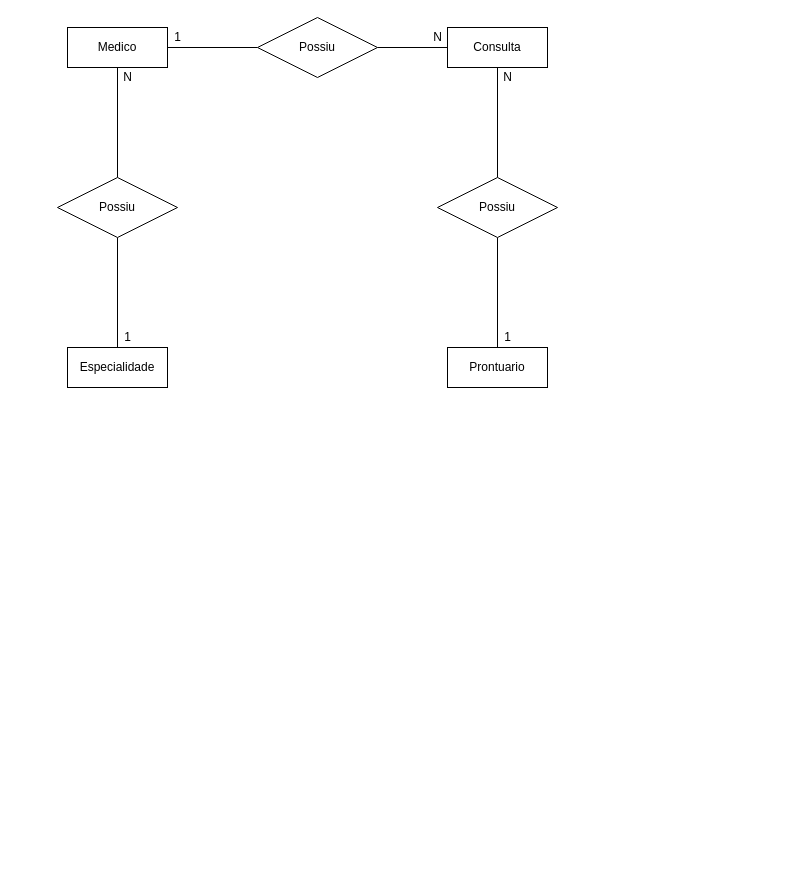
Earlier version of the draw.io diagram page "Page-1" (1 of 2) of Spint_1-BancoDeDados/senai_spmedgroup/01_modelagem_conceitual-logico.drawio (Meuniki/Senai-Dev). Source tidied: cells renumbered, new cells numbered last; positions are measured from the earlier drawing's top-left corner, leaving out a move shared by most shapes. Both pictures are drawn from the tidied source at 100%, with x=0, y=0 at pixel (57, 17).
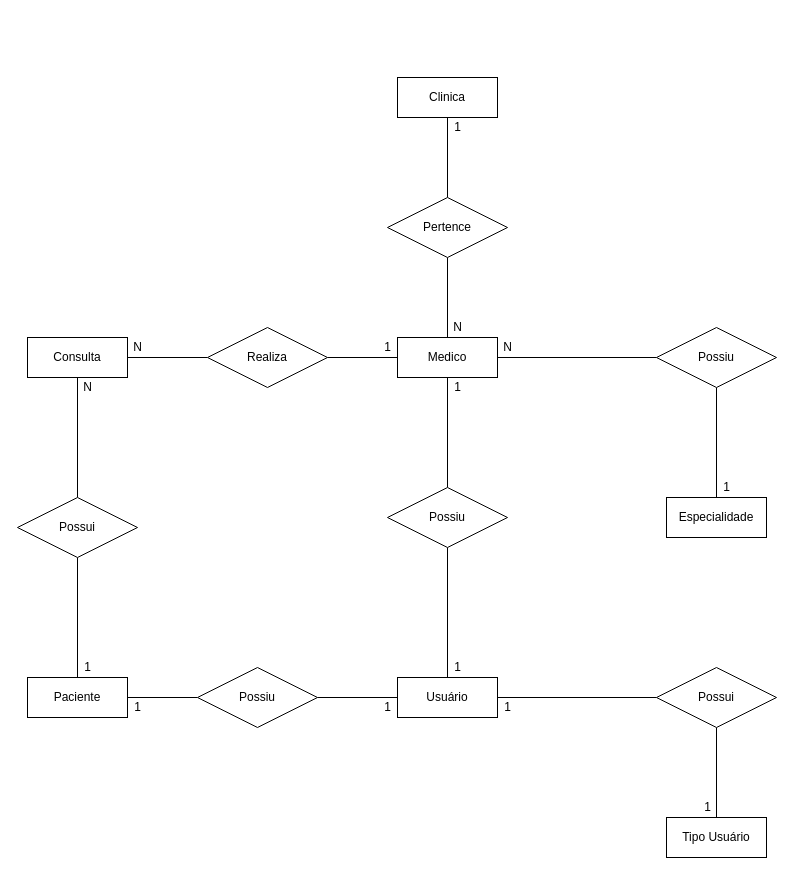
After the change.

Diff of the diagram source:
```diff
@@
-    <mxCell id="2" style="edgeStyle=orthogonalEdgeStyle;rounded=0;jettySize=auto;html=1;exitX=1;exitY=0.5;exitDx=0;exitDy=0;endArrow=none;endFill=0;" parent="1" edge="1" source="4" target="11">
-      <mxGeometry relative="1" as="geometry" />
-    </mxCell>
-    <mxCell id="3" style="edgeStyle=orthogonalEdgeStyle;rounded=0;jettySize=auto;html=1;exitX=0.5;exitY=1;exitDx=0;exitDy=0;endArrow=none;endFill=0;" parent="1" edge="1" source="4" target="14">
-      <mxGeometry relative="1" as="geometry" />
-    </mxCell>
+    <mxCell id="21" style="edgeStyle=orthogonalEdgeStyle;rounded=0;jettySize=auto;html=1;exitX=1;exitY=0.5;exitDx=0;exitDy=0;endArrow=none;endFill=0;" parent="1" edge="1" source="4" target="29">
+      <mxGeometry relative="1" as="geometry" />
+    </mxCell>
     <mxCell id="4" value="Medico" style="whiteSpace=wrap;html=1;align=center;" parent="1" vertex="1">
-      <mxGeometry x="10" y="10" width="100" height="40" as="geometry" />
+      <mxGeometry x="340" y="320" width="100" height="40" as="geometry" />
     </mxCell>
-    <mxCell id="5" style="edgeStyle=orthogonalEdgeStyle;rounded=0;jettySize=auto;html=1;endArrow=none;endFill=0;" parent="1" edge="1" source="6" target="12">
-      <mxGeometry relative="1" as="geometry" />
-    </mxCell>
-    <mxCell id="6" value="Prontuario" style="whiteSpace=wrap;html=1;align=center;" parent="1" vertex="1">
-      <mxGeometry x="390" y="330" width="100" height="40" as="geometry" />
-    </mxCell>
-    <mxCell id="7" style="edgeStyle=orthogonalEdgeStyle;rounded=0;jettySize=auto;html=1;exitX=0.5;exitY=1;exitDx=0;exitDy=0;endArrow=none;endFill=0;" parent="1" edge="1" source="8" target="12">
-      <mxGeometry relative="1" as="geometry" />
-    </mxCell>
+    <mxCell id="22" style="edgeStyle=orthogonalEdgeStyle;rounded=0;jettySize=auto;html=1;exitX=1;exitY=0.5;exitDx=0;exitDy=0;entryX=0;entryY=0.5;entryDx=0;entryDy=0;endArrow=none;endFill=0;" parent="1" edge="1" source="8" target="24">
+      <mxGeometry relative="1" as="geometry" />
+    </mxCell>
     <mxCell id="8" value="Consulta" style="whiteSpace=wrap;html=1;align=center;" parent="1" vertex="1">
-      <mxGeometry x="390" y="10" width="100" height="40" as="geometry" />
+      <mxGeometry x="-30" y="320" width="100" height="40" as="geometry" />
     </mxCell>
     <mxCell id="9" value="Especialidade" style="whiteSpace=wrap;html=1;align=center;" parent="1" vertex="1">
-      <mxGeometry x="10" y="330" width="100" height="40" as="geometry" />
+      <mxGeometry x="609" y="480" width="100" height="40" as="geometry" />
     </mxCell>
-    <mxCell id="10" style="edgeStyle=orthogonalEdgeStyle;rounded=0;jettySize=auto;html=1;exitX=1;exitY=0.5;exitDx=0;exitDy=0;endArrow=none;endFill=0;" parent="1" edge="1" source="11" target="8">
-      <mxGeometry relative="1" as="geometry" />
-    </mxCell>
-    <mxCell id="11" value="Possiu" style="shape=rhombus;perimeter=rhombusPerimeter;whiteSpace=wrap;html=1;align=center;" parent="1" vertex="1">
-      <mxGeometry x="200" width="120" height="60" as="geometry" />
-    </mxCell>
-    <mxCell id="12" value="Possiu" style="shape=rhombus;perimeter=rhombusPerimeter;whiteSpace=wrap;html=1;align=center;" parent="1" vertex="1">
-      <mxGeometry x="380" y="160" width="120" height="60" as="geometry" />
-    </mxCell>
-    <mxCell id="13" style="edgeStyle=orthogonalEdgeStyle;rounded=0;jettySize=auto;html=1;exitX=0.5;exitY=1;exitDx=0;exitDy=0;endArrow=none;endFill=0;" parent="1" edge="1" source="14" target="9">
-      <mxGeometry relative="1" as="geometry" />
-    </mxCell>
-    <mxCell id="14" value="Possiu" style="shape=rhombus;perimeter=rhombusPerimeter;whiteSpace=wrap;html=1;align=center;" parent="1" vertex="1">
-      <mxGeometry y="160" width="120" height="60" as="geometry" />
-    </mxCell>
-    <mxCell id="15" value="1" style="text;html=1;align=center;verticalAlign=middle;strokeColor=none;" parent="1" vertex="1">
-      <mxGeometry x="60" y="310" width="20" height="20" as="geometry" />
-    </mxCell>
-    <mxCell id="16" value="N" style="text;html=1;align=center;verticalAlign=middle;strokeColor=none;" parent="1" vertex="1">
-      <mxGeometry x="60" y="50" width="20" height="20" as="geometry" />
-    </mxCell>
-    <mxCell id="17" value="N" style="text;html=1;align=center;verticalAlign=middle;strokeColor=none;" parent="1" vertex="1">
-      <mxGeometry x="440" y="50" width="20" height="20" as="geometry" />
-    </mxCell>
-    <mxCell id="18" value="1" style="text;html=1;align=center;verticalAlign=middle;strokeColor=none;" parent="1" vertex="1">
-      <mxGeometry x="110" y="10" width="20" height="20" as="geometry" />
-    </mxCell>
-    <mxCell id="19" value="N" style="text;html=1;align=center;verticalAlign=middle;strokeColor=none;" parent="1" vertex="1">
-      <mxGeometry x="370" y="10" width="20" height="20" as="geometry" />
-    </mxCell>
-    <mxCell id="20" value="1" style="text;html=1;align=center;verticalAlign=middle;strokeColor=none;" parent="1" vertex="1">
-      <mxGeometry x="440" y="310" width="20" height="20" as="geometry" />
-    </mxCell>
+    <mxCell id="23" style="edgeStyle=orthogonalEdgeStyle;rounded=0;jettySize=auto;html=1;exitX=1;exitY=0.5;exitDx=0;exitDy=0;entryX=0;entryY=0.5;entryDx=0;entryDy=0;endArrow=none;endFill=0;" parent="1" edge="1" source="24" target="4">
+      <mxGeometry relative="1" as="geometry" />
+    </mxCell>
+    <mxCell id="24" value="Realiza" style="shape=rhombus;perimeter=rhombusPerimeter;whiteSpace=wrap;html=1;align=center;" parent="1" vertex="1">
+      <mxGeometry x="150" y="310" width="120" height="60" as="geometry" />
+    </mxCell>
+    <mxCell id="25" style="edgeStyle=orthogonalEdgeStyle;rounded=0;jettySize=auto;html=1;exitX=0.5;exitY=0;exitDx=0;exitDy=0;endArrow=none;endFill=0;" parent="1" edge="1" source="27" target="8">
+      <mxGeometry relative="1" as="geometry" />
+    </mxCell>
+    <mxCell id="26" style="edgeStyle=orthogonalEdgeStyle;rounded=0;jettySize=auto;html=1;exitX=0.5;exitY=1;exitDx=0;exitDy=0;endArrow=none;endFill=0;" parent="1" edge="1" source="27" target="41">
+      <mxGeometry relative="1" as="geometry" />
+    </mxCell>
+    <mxCell id="27" value="Possui" style="shape=rhombus;perimeter=rhombusPerimeter;whiteSpace=wrap;html=1;align=center;" parent="1" vertex="1">
+      <mxGeometry x="-40" y="480" width="120" height="60" as="geometry" />
+    </mxCell>
+    <mxCell id="28" style="edgeStyle=orthogonalEdgeStyle;rounded=0;jettySize=auto;html=1;exitX=0.5;exitY=1;exitDx=0;exitDy=0;endArrow=none;endFill=0;" parent="1" edge="1" source="29" target="9">
+      <mxGeometry relative="1" as="geometry" />
+    </mxCell>
+    <mxCell id="29" value="Possiu" style="shape=rhombus;perimeter=rhombusPerimeter;whiteSpace=wrap;html=1;align=center;" parent="1" vertex="1">
+      <mxGeometry x="599" y="310" width="120" height="60" as="geometry" />
+    </mxCell>
+    <mxCell id="30" value="1" style="text;html=1;align=center;verticalAlign=middle;strokeColor=none;" parent="1" vertex="1">
+      <mxGeometry x="659" y="460" width="20" height="20" as="geometry" />
+    </mxCell>
+    <mxCell id="31" value="N" style="text;html=1;align=center;verticalAlign=middle;strokeColor=none;" parent="1" vertex="1">
+      <mxGeometry x="440" y="320" width="20" height="20" as="geometry" />
+    </mxCell>
+    <mxCell id="32" value="N" style="text;html=1;align=center;verticalAlign=middle;strokeColor=none;" parent="1" vertex="1">
+      <mxGeometry x="20" y="360" width="20" height="20" as="geometry" />
+    </mxCell>
+    <mxCell id="33" value="N" style="text;html=1;align=center;verticalAlign=middle;strokeColor=none;" parent="1" vertex="1">
+      <mxGeometry x="70" y="320" width="20" height="20" as="geometry" />
+    </mxCell>
+    <mxCell id="34" style="edgeStyle=orthogonalEdgeStyle;rounded=0;jettySize=auto;html=1;exitX=0.5;exitY=1;exitDx=0;exitDy=0;endArrow=none;endFill=0;" parent="1" edge="1" source="35" target="37">
+      <mxGeometry relative="1" as="geometry" />
+    </mxCell>
+    <mxCell id="35" value="Clinica" style="whiteSpace=wrap;html=1;align=center;" parent="1" vertex="1">
+      <mxGeometry x="340" y="60" width="100" height="40" as="geometry" />
+    </mxCell>
+    <mxCell id="36" style="edgeStyle=orthogonalEdgeStyle;rounded=0;jettySize=auto;html=1;exitX=0.5;exitY=1;exitDx=0;exitDy=0;endArrow=none;endFill=0;" parent="1" edge="1" source="37" target="4">
+      <mxGeometry relative="1" as="geometry" />
+    </mxCell>
+    <mxCell id="37" value="Pertence" style="shape=rhombus;perimeter=rhombusPerimeter;whiteSpace=wrap;html=1;align=center;" parent="1" vertex="1">
+      <mxGeometry x="330" y="180" width="120" height="60" as="geometry" />
+    </mxCell>
+    <mxCell id="38" value="N" style="text;html=1;align=center;verticalAlign=middle;strokeColor=none;" parent="1" vertex="1">
+      <mxGeometry x="390" y="300" width="20" height="20" as="geometry" />
+    </mxCell>
+    <mxCell id="39" value="1" style="text;html=1;align=center;verticalAlign=middle;strokeColor=none;" parent="1" vertex="1">
+      <mxGeometry x="390" y="100" width="20" height="20" as="geometry" />
+    </mxCell>
+    <mxCell id="40" style="edgeStyle=orthogonalEdgeStyle;rounded=0;jettySize=auto;html=1;exitX=1;exitY=0.5;exitDx=0;exitDy=0;endArrow=none;endFill=0;" parent="1" edge="1" source="41" target="50">
+      <mxGeometry relative="1" as="geometry" />
+    </mxCell>
+    <mxCell id="41" value="Paciente" style="whiteSpace=wrap;html=1;align=center;" parent="1" vertex="1">
+      <mxGeometry x="-30" y="660" width="100" height="40" as="geometry" />
+    </mxCell>
+    <mxCell id="42" style="edgeStyle=orthogonalEdgeStyle;rounded=0;orthogonalLoop=1;jettySize=auto;html=1;exitX=0;exitY=0.5;exitDx=0;exitDy=0;endArrow=none;endFill=0;" parent="1" edge="1">
+      <mxGeometry relative="1" as="geometry">
+        <mxPoint x="599" y="660" as="sourcePoint" />
+      </mxGeometry>
+    </mxCell>
+    <mxCell id="43" value="Tipo Usuário" style="whiteSpace=wrap;html=1;align=center;" parent="1" vertex="1">
+      <mxGeometry x="609" y="800" width="100" height="40" as="geometry" />
+    </mxCell>
+    <mxCell id="44" value="1" style="text;html=1;align=center;verticalAlign=middle;strokeColor=none;" parent="1" vertex="1">
+      <mxGeometry x="320" y="320" width="20" height="20" as="geometry" />
+    </mxCell>
+    <mxCell id="45" value="Usuário" style="whiteSpace=wrap;html=1;align=center;" parent="1" vertex="1">
+      <mxGeometry x="340" y="660" width="100" height="40" as="geometry" />
+    </mxCell>
+    <mxCell id="46" style="edgeStyle=orthogonalEdgeStyle;rounded=0;jettySize=auto;html=1;exitX=0.5;exitY=1;exitDx=0;exitDy=0;endArrow=none;endFill=0;" parent="1" edge="1" source="48" target="45">
+      <mxGeometry relative="1" as="geometry" />
+    </mxCell>
+    <mxCell id="47" style="edgeStyle=orthogonalEdgeStyle;rounded=0;jettySize=auto;html=1;exitX=0.5;exitY=0;exitDx=0;exitDy=0;endArrow=none;endFill=0;" parent="1" edge="1" source="48" target="4">
+      <mxGeometry relative="1" as="geometry" />
+    </mxCell>
+    <mxCell id="48" value="Possiu" style="shape=rhombus;perimeter=rhombusPerimeter;whiteSpace=wrap;html=1;align=center;" parent="1" vertex="1">
+      <mxGeometry x="330" y="470" width="120" height="60" as="geometry" />
+    </mxCell>
+    <mxCell id="49" style="edgeStyle=orthogonalEdgeStyle;rounded=0;jettySize=auto;html=1;exitX=1;exitY=0.5;exitDx=0;exitDy=0;endArrow=none;endFill=0;" parent="1" edge="1" source="50" target="45">
+      <mxGeometry relative="1" as="geometry" />
+    </mxCell>
+    <mxCell id="50" value="Possiu" style="shape=rhombus;perimeter=rhombusPerimeter;whiteSpace=wrap;html=1;align=center;" parent="1" vertex="1">
+      <mxGeometry x="140" y="650" width="120" height="60" as="geometry" />
+    </mxCell>
+    <mxCell id="51" style="edgeStyle=orthogonalEdgeStyle;rounded=0;jettySize=auto;html=1;exitX=0;exitY=0.5;exitDx=0;exitDy=0;endArrow=none;endFill=0;" parent="1" edge="1" source="53" target="45">
+      <mxGeometry relative="1" as="geometry" />
+    </mxCell>
+    <mxCell id="52" style="edgeStyle=orthogonalEdgeStyle;rounded=0;jettySize=auto;html=1;exitX=0.5;exitY=1;exitDx=0;exitDy=0;endArrow=none;endFill=0;" parent="1" edge="1" source="53" target="43">
+      <mxGeometry relative="1" as="geometry" />
+    </mxCell>
+    <mxCell id="53" value="Possui" style="shape=rhombus;perimeter=rhombusPerimeter;whiteSpace=wrap;html=1;align=center;" parent="1" vertex="1">
+      <mxGeometry x="599" y="650" width="120" height="60" as="geometry" />
+    </mxCell>
+    <mxCell id="54" value="1" style="text;html=1;align=center;verticalAlign=middle;strokeColor=none;" parent="1" vertex="1">
+      <mxGeometry x="20" y="640" width="20" height="20" as="geometry" />
+    </mxCell>
+    <mxCell id="55" value="1" style="text;html=1;align=center;verticalAlign=middle;strokeColor=none;" parent="1" vertex="1">
+      <mxGeometry x="70" y="680" width="20" height="20" as="geometry" />
+    </mxCell>
+    <mxCell id="56" value="1" style="text;html=1;align=center;verticalAlign=middle;strokeColor=none;" parent="1" vertex="1">
+      <mxGeometry x="320" y="680" width="20" height="20" as="geometry" />
+    </mxCell>
+    <mxCell id="57" value="1" style="text;html=1;align=center;verticalAlign=middle;strokeColor=none;" parent="1" vertex="1">
+      <mxGeometry x="390" y="360" width="20" height="20" as="geometry" />
+    </mxCell>
+    <mxCell id="58" value="1" style="text;html=1;align=center;verticalAlign=middle;strokeColor=none;" parent="1" vertex="1">
+      <mxGeometry x="390" y="640" width="20" height="20" as="geometry" />
+    </mxCell>
+    <mxCell id="59" value="1" style="text;html=1;align=center;verticalAlign=middle;strokeColor=none;" parent="1" vertex="1">
+      <mxGeometry x="440" y="680" width="20" height="20" as="geometry" />
+    </mxCell>
+    <mxCell id="60" value="1" style="text;html=1;align=center;verticalAlign=middle;strokeColor=none;" parent="1" vertex="1">
+      <mxGeometry x="640" y="780" width="20" height="20" as="geometry" />
+    </mxCell>
```
